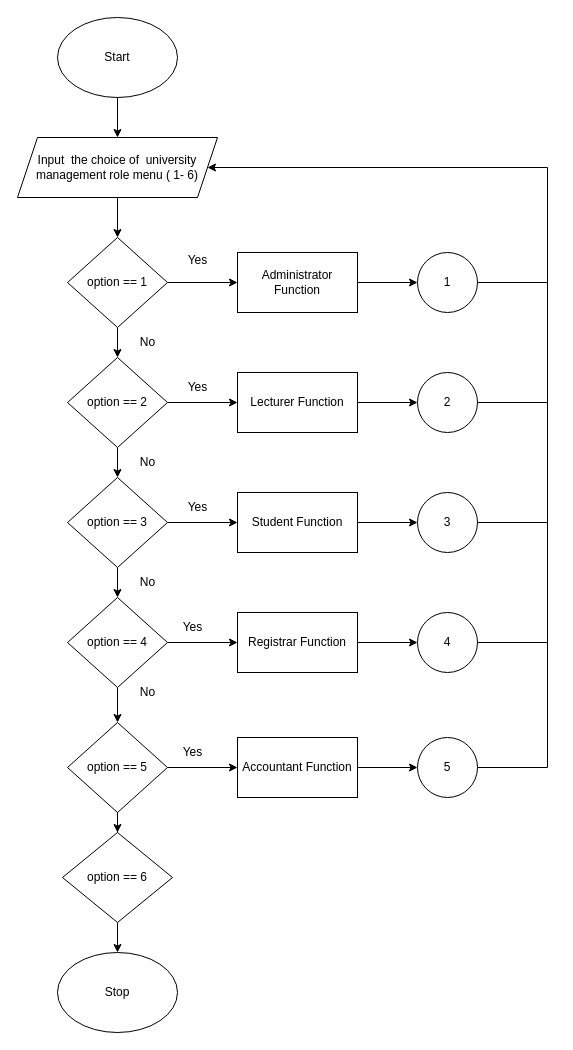
This is Flowchart/Assignemnt Flowchart.drawio from richmonddeanlim/Group-Assignment---Python, a draw.io file, before an edit. Source tidied: cells renumbered, new cells numbered last; positions are measured from the earlier drawing's top-left corner, leaving out a move shared by most shapes. Both pictures are drawn from the tidied source at 100%, with x=0, y=0 at pixel (17, 17).
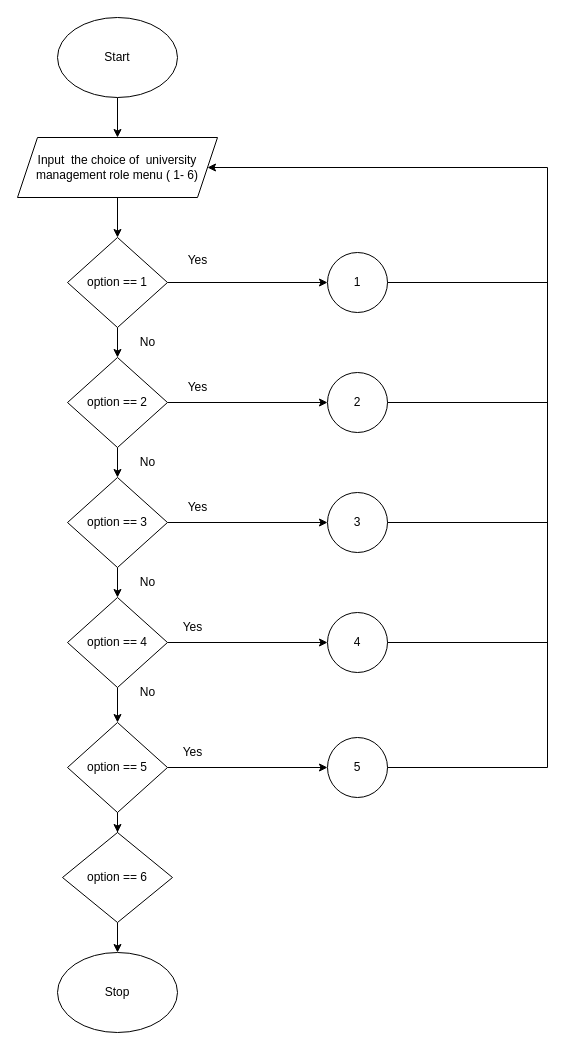
The same diagram, later.

Commit message:
Repair the flowchart

Unchanged cells that the change refers to:
```xml
<mxCell id="6" value="option == 1" style="rhombus;whiteSpace=wrap;html=1;" parent="1" vertex="1">
  <mxGeometry x="50" y="220" width="100" height="90" as="geometry" />
</mxCell>
<mxCell id="11" value="option == 2" style="rhombus;whiteSpace=wrap;html=1;" parent="1" vertex="1">
  <mxGeometry x="50" y="340" width="100" height="90" as="geometry" />
</mxCell>
<mxCell id="14" value="&lt;div&gt;option == 3&lt;/div&gt;" style="rhombus;whiteSpace=wrap;html=1;" parent="1" vertex="1">
  <mxGeometry x="50" y="460" width="100" height="90" as="geometry" />
</mxCell>
<mxCell id="17" value="&lt;div&gt;option == 4&lt;/div&gt;" style="rhombus;whiteSpace=wrap;html=1;" parent="1" vertex="1">
  <mxGeometry x="50" y="580" width="100" height="90" as="geometry" />
</mxCell>
<mxCell id="20" value="&lt;div&gt;option == 5&lt;/div&gt;" style="rhombus;whiteSpace=wrap;html=1;" parent="1" vertex="1">
  <mxGeometry x="50" y="705" width="100" height="90" as="geometry" />
</mxCell>
```

Diff of the diagram source:
```diff
@@
-    <mxCell id="5" style="edgeStyle=orthogonalEdgeStyle;rounded=0;jettySize=auto;html=1;" parent="1" edge="1" source="6" target="26">
-      <mxGeometry relative="1" as="geometry" />
-    </mxCell>
+    <mxCell id="55" style="edgeStyle=orthogonalEdgeStyle;rounded=0;jettySize=auto;html=1;entryX=0;entryY=0.5;entryDx=0;entryDy=0;" parent="1" edge="1" source="6" target="24">
+      <mxGeometry relative="1" as="geometry" />
+    </mxCell>
@@
-    <mxCell id="10" style="edgeStyle=orthogonalEdgeStyle;rounded=0;jettySize=auto;html=1;" parent="1" edge="1" source="11" target="28">
+    <mxCell id="10" style="edgeStyle=orthogonalEdgeStyle;rounded=0;jettySize=auto;html=1;entryX=0;entryY=0.5;entryDx=0;entryDy=0;" parent="1" edge="1" source="11" target="35">
       <mxGeometry relative="1" as="geometry" />
     </mxCell>
@@
-    <mxCell id="13" style="edgeStyle=orthogonalEdgeStyle;rounded=0;jettySize=auto;html=1;" parent="1" edge="1" source="14" target="30">
+    <mxCell id="13" style="edgeStyle=orthogonalEdgeStyle;rounded=0;jettySize=auto;html=1;entryX=0;entryY=0.5;entryDx=0;entryDy=0;" parent="1" edge="1" source="14" target="36">
       <mxGeometry relative="1" as="geometry" />
     </mxCell>
@@
-    <mxCell id="16" style="edgeStyle=orthogonalEdgeStyle;rounded=0;jettySize=auto;html=1;" parent="1" edge="1" source="17" target="32">
+    <mxCell id="16" style="edgeStyle=orthogonalEdgeStyle;rounded=0;jettySize=auto;html=1;entryX=0;entryY=0.5;entryDx=0;entryDy=0;" parent="1" edge="1" source="17" target="37">
       <mxGeometry relative="1" as="geometry" />
     </mxCell>
@@
-    <mxCell id="19" style="edgeStyle=orthogonalEdgeStyle;rounded=0;jettySize=auto;html=1;" parent="1" edge="1" source="20" target="34">
+    <mxCell id="19" style="edgeStyle=orthogonalEdgeStyle;rounded=0;jettySize=auto;html=1;entryX=0;entryY=0.5;entryDx=0;entryDy=0;" parent="1" edge="1" source="20" target="38">
       <mxGeometry relative="1" as="geometry" />
     </mxCell>
@@
     <mxCell id="24" value="1" style="ellipse;whiteSpace=wrap;html=1;" parent="1" vertex="1">
-      <mxGeometry x="400" y="235" width="60" height="60" as="geometry" />
+      <mxGeometry x="310" y="235" width="60" height="60" as="geometry" />
     </mxCell>
-    <mxCell id="25" style="edgeStyle=orthogonalEdgeStyle;rounded=0;jettySize=auto;html=1;" parent="1" edge="1" source="26" target="24">
-      <mxGeometry relative="1" as="geometry" />
-    </mxCell>
-    <mxCell id="26" value="Administrator Function" style="rounded=0;whiteSpace=wrap;html=1;" parent="1" vertex="1">
-      <mxGeometry x="220" y="235" width="120" height="60" as="geometry" />
-    </mxCell>
-    <mxCell id="27" style="edgeStyle=orthogonalEdgeStyle;rounded=0;jettySize=auto;html=1;" parent="1" edge="1" source="28" target="35">
-      <mxGeometry relative="1" as="geometry" />
-    </mxCell>
-    <mxCell id="28" value="Lecturer Function" style="rounded=0;whiteSpace=wrap;html=1;" parent="1" vertex="1">
-      <mxGeometry x="220" y="355" width="120" height="60" as="geometry" />
-    </mxCell>
-    <mxCell id="29" style="edgeStyle=orthogonalEdgeStyle;rounded=0;jettySize=auto;html=1;" parent="1" edge="1" source="30" target="36">
-      <mxGeometry relative="1" as="geometry" />
-    </mxCell>
-    <mxCell id="30" value="Student Function" style="rounded=0;whiteSpace=wrap;html=1;" parent="1" vertex="1">
-      <mxGeometry x="220" y="475" width="120" height="60" as="geometry" />
-    </mxCell>
-    <mxCell id="31" style="edgeStyle=orthogonalEdgeStyle;rounded=0;jettySize=auto;html=1;" parent="1" edge="1" source="32" target="37">
-      <mxGeometry relative="1" as="geometry" />
-    </mxCell>
-    <mxCell id="32" value="Registrar Function" style="rounded=0;whiteSpace=wrap;html=1;" parent="1" vertex="1">
-      <mxGeometry x="220" y="595" width="120" height="60" as="geometry" />
-    </mxCell>
-    <mxCell id="33" style="edgeStyle=orthogonalEdgeStyle;rounded=0;jettySize=auto;html=1;" parent="1" edge="1" source="34" target="38">
-      <mxGeometry relative="1" as="geometry" />
-    </mxCell>
-    <mxCell id="34" value="Accountant Function" style="rounded=0;whiteSpace=wrap;html=1;" parent="1" vertex="1">
-      <mxGeometry x="220" y="720" width="120" height="60" as="geometry" />
-    </mxCell>
     <mxCell id="35" value="2" style="ellipse;whiteSpace=wrap;html=1;" parent="1" vertex="1">
-      <mxGeometry x="400" y="355" width="60" height="60" as="geometry" />
+      <mxGeometry x="310" y="355" width="60" height="60" as="geometry" />
     </mxCell>
     <mxCell id="36" value="3" style="ellipse;whiteSpace=wrap;html=1;" parent="1" vertex="1">
-      <mxGeometry x="400" y="475" width="60" height="60" as="geometry" />
+      <mxGeometry x="310" y="475" width="60" height="60" as="geometry" />
     </mxCell>
     <mxCell id="37" value="4" style="ellipse;whiteSpace=wrap;html=1;" parent="1" vertex="1">
-      <mxGeometry x="400" y="595" width="60" height="60" as="geometry" />
+      <mxGeometry x="310" y="595" width="60" height="60" as="geometry" />
     </mxCell>
     <mxCell id="38" value="5" style="ellipse;whiteSpace=wrap;html=1;" parent="1" vertex="1">
-      <mxGeometry x="400" y="720" width="60" height="60" as="geometry" />
+      <mxGeometry x="310" y="720" width="60" height="60" as="geometry" />
     </mxCell>
```
